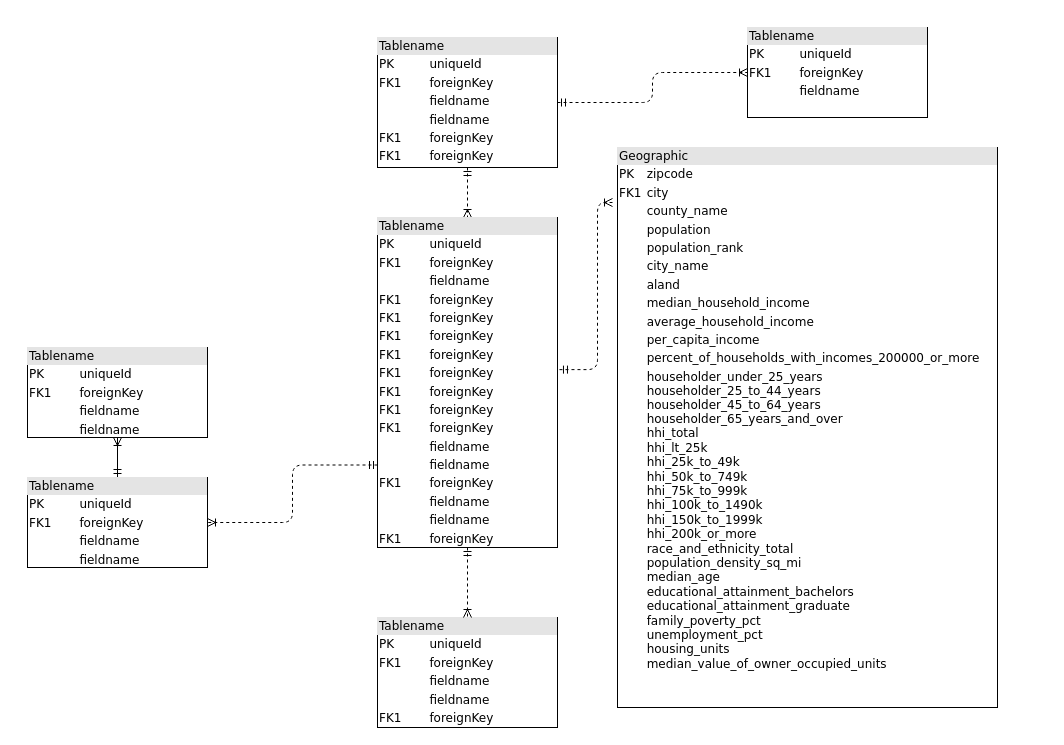
This is DataBase-Diagram.drawio from sakuraszy/STATS-170A-Group, a draw.io file, before an edit. Source tidied: cells renumbered, new cells numbered last; positions are measured from the earlier drawing's top-left corner, leaving out a move shared by most shapes. Both pictures are drawn from the tidied source at 100%, with x=0, y=0 at pixel (27, 27).
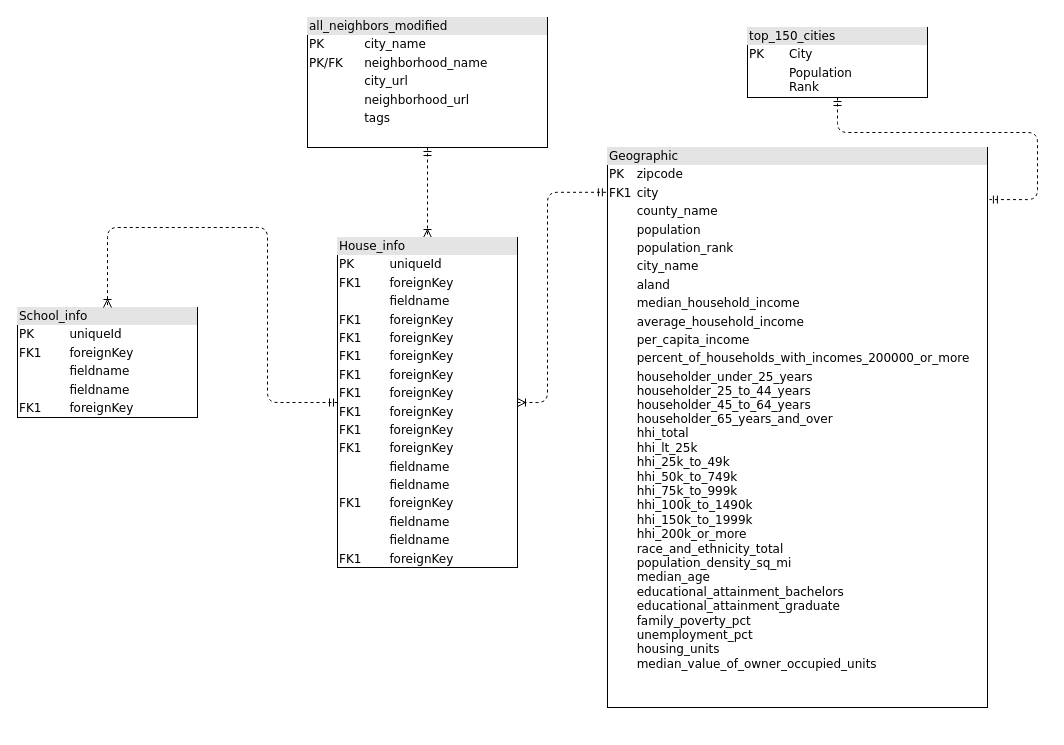
Above is the later version.

The edit, as a diff of the source:
```diff
@@
 <mxGraphModel background="#ffffff">
   <root>
     <mxCell id="0" />
     <mxCell id="1" parent="0" />
     <mxCell id="2" style="edgeStyle=orthogonalEdgeStyle;html=1;entryX=0.5;entryY=0;dashed=1;labelBackgroundColor=none;startArrow=ERmandOne;endArrow=ERoneToMany;fontFamily=Verdana;fontSize=12;align=left;" parent="1" edge="1" source="5" target="12">
       <mxGeometry relative="1" as="geometry" />
     </mxCell>
-    <mxCell id="3" style="edgeStyle=orthogonalEdgeStyle;html=1;dashed=1;labelBackgroundColor=none;startArrow=ERmandOne;endArrow=ERoneToMany;fontFamily=Verdana;fontSize=12;align=left;exitX=1.011;exitY=0.461;exitDx=0;exitDy=0;exitPerimeter=0;" parent="1" edge="1" source="12">
-      <mxGeometry relative="1" as="geometry">
-        <mxPoint x="585" y="175" as="targetPoint" />
-        <Array as="points">
-          <mxPoint x="570" y="342" />
-          <mxPoint x="570" y="175" />
-        </Array>
-      </mxGeometry>
-    </mxCell>
-    <mxCell id="4" style="edgeStyle=orthogonalEdgeStyle;html=1;dashed=1;labelBackgroundColor=none;startArrow=ERmandOne;endArrow=ERoneToMany;fontFamily=Verdana;fontSize=12;align=left;" parent="1" edge="1" source="5" target="14">
-      <mxGeometry relative="1" as="geometry" />
+    <mxCell id="4" style="edgeStyle=orthogonalEdgeStyle;html=1;dashed=1;labelBackgroundColor=none;startArrow=ERmandOne;endArrow=ERmandOne;fontFamily=Verdana;fontSize=12;align=left;startFill=0;endFill=0;entryX=1.005;entryY=0.093;entryDx=0;entryDy=0;entryPerimeter=0;" parent="1" edge="1" source="14" target="13">
+      <mxGeometry relative="1" as="geometry">
+        <Array as="points">
+          <mxPoint x="810" y="105" />
+          <mxPoint x="1010" y="105" />
+          <mxPoint x="1010" y="172" />
+        </Array>
+      </mxGeometry>
     </mxCell>
-    <mxCell id="5" value="&lt;div style=&quot;box-sizing: border-box ; width: 100% ; background: #e4e4e4 ; padding: 2px&quot;&gt;Tablename&lt;/div&gt;&lt;table style=&quot;width: 100% ; font-size: 1em&quot; cellpadding=&quot;2&quot; cellspacing=&quot;0&quot;&gt;&lt;tbody&gt;&lt;tr&gt;&lt;td&gt;PK&lt;/td&gt;&lt;td&gt;uniqueId&lt;/td&gt;&lt;/tr&gt;&lt;tr&gt;&lt;td&gt;FK1&lt;/td&gt;&lt;td&gt;foreignKey&lt;/td&gt;&lt;/tr&gt;&lt;tr&gt;&lt;td&gt;&lt;/td&gt;&lt;td&gt;fieldname&lt;/td&gt;&lt;/tr&gt;&lt;tr&gt;&lt;td&gt;&lt;br&gt;&lt;/td&gt;&lt;td&gt;fieldname&lt;br&gt;&lt;/td&gt;&lt;/tr&gt;&lt;tr&gt;&lt;td&gt;FK1&lt;br&gt;&lt;/td&gt;&lt;td&gt;foreignKey&lt;br&gt;&lt;/td&gt;&lt;/tr&gt;&lt;tr&gt;&lt;td&gt;FK1&lt;br&gt;&lt;/td&gt;&lt;td&gt;foreignKey&lt;br&gt;&lt;/td&gt;&lt;/tr&gt;&lt;/tbody&gt;&lt;/table&gt;" style="verticalAlign=top;align=left;overflow=fill;html=1;rounded=0;shadow=0;comic=0;labelBackgroundColor=none;strokeWidth=1;fontFamily=Verdana;fontSize=12;" parent="1" vertex="1">
-      <mxGeometry x="350" y="10" width="180" height="130" as="geometry" />
+    <mxCell id="5" value="&lt;div style=&quot;box-sizing: border-box ; width: 100% ; background: #e4e4e4 ; padding: 2px&quot;&gt;all_neighbors_modified&lt;/div&gt;&lt;table style=&quot;width: 100% ; font-size: 1em&quot; cellpadding=&quot;2&quot; cellspacing=&quot;0&quot;&gt;&lt;tbody&gt;&lt;tr&gt;&lt;td&gt;PK&lt;/td&gt;&lt;td&gt;city_name&lt;/td&gt;&lt;/tr&gt;&lt;tr&gt;&lt;td&gt;PK/FK&lt;/td&gt;&lt;td&gt;neighborhood_name&lt;/td&gt;&lt;/tr&gt;&lt;tr&gt;&lt;td&gt;&lt;/td&gt;&lt;td&gt;city_url&lt;/td&gt;&lt;/tr&gt;&lt;tr&gt;&lt;td&gt;&lt;br&gt;&lt;/td&gt;&lt;td&gt;neighborhood_url&lt;br&gt;&lt;/td&gt;&lt;/tr&gt;&lt;tr&gt;&lt;td&gt;&lt;br&gt;&lt;/td&gt;&lt;td&gt;tags&lt;br&gt;&lt;/td&gt;&lt;/tr&gt;&lt;tr&gt;&lt;td&gt;&lt;br&gt;&lt;/td&gt;&lt;td&gt;&lt;br&gt;&lt;/td&gt;&lt;/tr&gt;&lt;/tbody&gt;&lt;/table&gt;" style="verticalAlign=top;align=left;overflow=fill;html=1;rounded=0;shadow=0;comic=0;labelBackgroundColor=none;strokeWidth=1;fontFamily=Verdana;fontSize=12;" parent="1" vertex="1">
+      <mxGeometry x="280" y="-10" width="240" height="130" as="geometry" />
     </mxCell>
-    <mxCell id="6" style="edgeStyle=orthogonalEdgeStyle;html=1;labelBackgroundColor=none;startArrow=ERmandOne;endArrow=ERoneToMany;fontFamily=Verdana;fontSize=12;align=left;" parent="1" edge="1" source="8" target="9">
-      <mxGeometry relative="1" as="geometry" />
-    </mxCell>
-    <mxCell id="7" style="edgeStyle=orthogonalEdgeStyle;html=1;exitX=0;exitY=0.75;entryX=1;entryY=0.5;dashed=1;labelBackgroundColor=none;startArrow=ERmandOne;endArrow=ERoneToMany;fontFamily=Verdana;fontSize=12;align=left;" parent="1" edge="1" source="12" target="8">
-      <mxGeometry relative="1" as="geometry" />
-    </mxCell>
-    <mxCell id="8" value="&lt;div style=&quot;box-sizing: border-box ; width: 100% ; background: #e4e4e4 ; padding: 2px&quot;&gt;Tablename&lt;/div&gt;&lt;table style=&quot;width: 100% ; font-size: 1em&quot; cellpadding=&quot;2&quot; cellspacing=&quot;0&quot;&gt;&lt;tbody&gt;&lt;tr&gt;&lt;td&gt;PK&lt;/td&gt;&lt;td&gt;uniqueId&lt;/td&gt;&lt;/tr&gt;&lt;tr&gt;&lt;td&gt;FK1&lt;/td&gt;&lt;td&gt;foreignKey&lt;/td&gt;&lt;/tr&gt;&lt;tr&gt;&lt;td&gt;&lt;/td&gt;&lt;td&gt;fieldname&lt;/td&gt;&lt;/tr&gt;&lt;tr&gt;&lt;td&gt;&lt;br&gt;&lt;/td&gt;&lt;td&gt;fieldname&lt;br&gt;&lt;/td&gt;&lt;/tr&gt;&lt;/tbody&gt;&lt;/table&gt;" style="verticalAlign=top;align=left;overflow=fill;html=1;rounded=0;shadow=0;comic=0;labelBackgroundColor=none;strokeWidth=1;fontFamily=Verdana;fontSize=12;" parent="1" vertex="1">
-      <mxGeometry y="450" width="180" height="90" as="geometry" />
-    </mxCell>
-    <mxCell id="9" value="&lt;div style=&quot;box-sizing: border-box ; width: 100% ; background: #e4e4e4 ; padding: 2px&quot;&gt;Tablename&lt;/div&gt;&lt;table style=&quot;width: 100% ; font-size: 1em&quot; cellpadding=&quot;2&quot; cellspacing=&quot;0&quot;&gt;&lt;tbody&gt;&lt;tr&gt;&lt;td&gt;PK&lt;/td&gt;&lt;td&gt;uniqueId&lt;/td&gt;&lt;/tr&gt;&lt;tr&gt;&lt;td&gt;FK1&lt;/td&gt;&lt;td&gt;foreignKey&lt;/td&gt;&lt;/tr&gt;&lt;tr&gt;&lt;td&gt;&lt;/td&gt;&lt;td&gt;fieldname&lt;/td&gt;&lt;/tr&gt;&lt;tr&gt;&lt;td&gt;&lt;br&gt;&lt;/td&gt;&lt;td&gt;fieldname&lt;br&gt;&lt;/td&gt;&lt;/tr&gt;&lt;/tbody&gt;&lt;/table&gt;" style="verticalAlign=top;align=left;overflow=fill;html=1;rounded=0;shadow=0;comic=0;labelBackgroundColor=none;strokeWidth=1;fontFamily=Verdana;fontSize=12;" parent="1" vertex="1">
-      <mxGeometry y="320" width="180" height="90" as="geometry" />
-    </mxCell>
-    <mxCell id="10" value="&lt;div style=&quot;box-sizing: border-box ; width: 100% ; background: #e4e4e4 ; padding: 2px&quot;&gt;Tablename&lt;/div&gt;&lt;table style=&quot;width: 100% ; font-size: 1em&quot; cellpadding=&quot;2&quot; cellspacing=&quot;0&quot;&gt;&lt;tbody&gt;&lt;tr&gt;&lt;td&gt;PK&lt;/td&gt;&lt;td&gt;uniqueId&lt;/td&gt;&lt;/tr&gt;&lt;tr&gt;&lt;td&gt;FK1&lt;/td&gt;&lt;td&gt;foreignKey&lt;/td&gt;&lt;/tr&gt;&lt;tr&gt;&lt;td&gt;&lt;/td&gt;&lt;td&gt;fieldname&lt;/td&gt;&lt;/tr&gt;&lt;tr&gt;&lt;td&gt;&lt;br&gt;&lt;/td&gt;&lt;td&gt;fieldname&lt;br&gt;&lt;/td&gt;&lt;/tr&gt;&lt;tr&gt;&lt;td&gt;FK1&lt;br&gt;&lt;/td&gt;&lt;td&gt;foreignKey&lt;br&gt;&lt;/td&gt;&lt;/tr&gt;&lt;/tbody&gt;&lt;/table&gt;" style="verticalAlign=top;align=left;overflow=fill;html=1;rounded=0;shadow=0;comic=0;labelBackgroundColor=none;strokeWidth=1;fontFamily=Verdana;fontSize=12;" parent="1" vertex="1">
-      <mxGeometry x="350" y="590" width="180" height="110" as="geometry" />
+    <mxCell id="10" value="&lt;div style=&quot;box-sizing: border-box ; width: 100% ; background: #e4e4e4 ; padding: 2px&quot;&gt;School_info&lt;/div&gt;&lt;table style=&quot;width: 100% ; font-size: 1em&quot; cellpadding=&quot;2&quot; cellspacing=&quot;0&quot;&gt;&lt;tbody&gt;&lt;tr&gt;&lt;td&gt;PK&lt;/td&gt;&lt;td&gt;uniqueId&lt;/td&gt;&lt;/tr&gt;&lt;tr&gt;&lt;td&gt;FK1&lt;/td&gt;&lt;td&gt;foreignKey&lt;/td&gt;&lt;/tr&gt;&lt;tr&gt;&lt;td&gt;&lt;/td&gt;&lt;td&gt;fieldname&lt;/td&gt;&lt;/tr&gt;&lt;tr&gt;&lt;td&gt;&lt;br&gt;&lt;/td&gt;&lt;td&gt;fieldname&lt;br&gt;&lt;/td&gt;&lt;/tr&gt;&lt;tr&gt;&lt;td&gt;FK1&lt;br&gt;&lt;/td&gt;&lt;td&gt;foreignKey&lt;br&gt;&lt;/td&gt;&lt;/tr&gt;&lt;/tbody&gt;&lt;/table&gt;" style="verticalAlign=top;align=left;overflow=fill;html=1;rounded=0;shadow=0;comic=0;labelBackgroundColor=none;strokeWidth=1;fontFamily=Verdana;fontSize=12;" parent="1" vertex="1">
+      <mxGeometry x="-10" y="280" width="180" height="110" as="geometry" />
     </mxCell>
     <mxCell id="11" style="edgeStyle=orthogonalEdgeStyle;html=1;entryX=0.5;entryY=0;labelBackgroundColor=none;startArrow=ERmandOne;endArrow=ERoneToMany;fontFamily=Verdana;fontSize=12;align=left;dashed=1;" parent="1" edge="1" source="12" target="10">
       <mxGeometry relative="1" as="geometry" />
     </mxCell>
+    <mxCell id="15" style="edgeStyle=orthogonalEdgeStyle;jettySize=auto;html=1;startArrow=ERoneToMany;startFill=0;endArrow=ERmandOne;endFill=0;rounded=1;dashed=1;entryX=-0.003;entryY=0.08;entryDx=0;entryDy=0;entryPerimeter=0;" parent="1" edge="1" source="12" target="13">
+      <mxGeometry relative="1" as="geometry">
+        <Array as="points">
+          <mxPoint x="520" y="375" />
+          <mxPoint x="520" y="165" />
+        </Array>
+      </mxGeometry>
+    </mxCell>
-    <mxCell id="12" value="&lt;div style=&quot;box-sizing: border-box ; width: 100% ; background: #e4e4e4 ; padding: 2px&quot;&gt;Tablename&lt;/div&gt;&lt;table style=&quot;width: 100% ; font-size: 1em&quot; cellpadding=&quot;2&quot; cellspacing=&quot;0&quot;&gt;&lt;tbody&gt;&lt;tr&gt;&lt;td&gt;PK&lt;/td&gt;&lt;td&gt;uniqueId&lt;/td&gt;&lt;/tr&gt;&lt;tr&gt;&lt;td&gt;FK1&lt;/td&gt;&lt;td&gt;foreignKey&lt;/td&gt;&lt;/tr&gt;&lt;tr&gt;&lt;td&gt;&lt;/td&gt;&lt;td&gt;fieldname&lt;/td&gt;&lt;/tr&gt;&lt;tr&gt;&lt;td&gt;FK1&lt;br&gt;&lt;/td&gt;&lt;td&gt;foreignKey&lt;br&gt;&lt;/td&gt;&lt;/tr&gt;&lt;tr&gt;&lt;td&gt;FK1&lt;br&gt;&lt;/td&gt;&lt;td&gt;foreignKey&lt;br&gt;&lt;/td&gt;&lt;/tr&gt;&lt;tr&gt;&lt;td&gt;FK1&lt;br&gt;&lt;/td&gt;&lt;td&gt;foreignKey&lt;br&gt;&lt;/td&gt;&lt;/tr&gt;&lt;tr&gt;&lt;td&gt;FK1&lt;br&gt;&lt;/td&gt;&lt;td&gt;foreignKey&lt;br&gt;&lt;/td&gt;&lt;/tr&gt;&lt;tr&gt;&lt;td&gt;FK1&lt;br&gt;&lt;/td&gt;&lt;td&gt;foreignKey&lt;br&gt;&lt;/td&gt;&lt;/tr&gt;&lt;tr&gt;&lt;td&gt;FK1&lt;br&gt;&lt;/td&gt;&lt;td&gt;foreignKey&lt;br&gt;&lt;/td&gt;&lt;/tr&gt;&lt;tr&gt;&lt;td&gt;FK1&lt;br&gt;&lt;/td&gt;&lt;td&gt;foreignKey&lt;br&gt;&lt;/td&gt;&lt;/tr&gt;&lt;tr&gt;&lt;td&gt;FK1&lt;br&gt;&lt;/td&gt;&lt;td&gt;foreignKey&lt;br&gt;&lt;/td&gt;&lt;/tr&gt;&lt;tr&gt;&lt;td&gt;&lt;br&gt;&lt;/td&gt;&lt;td&gt;fieldname&lt;br&gt;&lt;/td&gt;&lt;/tr&gt;&lt;tr&gt;&lt;td&gt;&lt;br&gt;&lt;/td&gt;&lt;td&gt;fieldname&lt;br&gt;&lt;/td&gt;&lt;/tr&gt;&lt;tr&gt;&lt;td&gt;FK1&lt;br&gt;&lt;/td&gt;&lt;td&gt;foreignKey&lt;br&gt;&lt;/td&gt;&lt;/tr&gt;&lt;tr&gt;&lt;td&gt;&lt;br&gt;&lt;/td&gt;&lt;td&gt;fieldname&lt;br&gt;&lt;/td&gt;&lt;/tr&gt;&lt;tr&gt;&lt;td&gt;&lt;br&gt;&lt;/td&gt;&lt;td&gt;fieldname&lt;br&gt;&lt;/td&gt;&lt;/tr&gt;&lt;tr&gt;&lt;td&gt;FK1&lt;br&gt;&lt;/td&gt;&lt;td&gt;foreignKey&lt;br&gt;&lt;/td&gt;&lt;/tr&gt;&lt;/tbody&gt;&lt;/table&gt;" style="verticalAlign=top;align=left;overflow=fill;html=1;rounded=0;shadow=0;comic=0;labelBackgroundColor=none;strokeWidth=1;fontFamily=Verdana;fontSize=12;" parent="1" vertex="1">
-      <mxGeometry x="350" y="190" width="180" height="330" as="geometry" />
+    <mxCell id="12" value="&lt;div style=&quot;box-sizing: border-box ; width: 100% ; background: #e4e4e4 ; padding: 2px&quot;&gt;House_info&lt;/div&gt;&lt;table style=&quot;width: 100% ; font-size: 1em&quot; cellpadding=&quot;2&quot; cellspacing=&quot;0&quot;&gt;&lt;tbody&gt;&lt;tr&gt;&lt;td&gt;PK&lt;/td&gt;&lt;td&gt;uniqueId&lt;/td&gt;&lt;/tr&gt;&lt;tr&gt;&lt;td&gt;FK1&lt;/td&gt;&lt;td&gt;foreignKey&lt;/td&gt;&lt;/tr&gt;&lt;tr&gt;&lt;td&gt;&lt;/td&gt;&lt;td&gt;fieldname&lt;/td&gt;&lt;/tr&gt;&lt;tr&gt;&lt;td&gt;FK1&lt;br&gt;&lt;/td&gt;&lt;td&gt;foreignKey&lt;br&gt;&lt;/td&gt;&lt;/tr&gt;&lt;tr&gt;&lt;td&gt;FK1&lt;br&gt;&lt;/td&gt;&lt;td&gt;foreignKey&lt;br&gt;&lt;/td&gt;&lt;/tr&gt;&lt;tr&gt;&lt;td&gt;FK1&lt;br&gt;&lt;/td&gt;&lt;td&gt;foreignKey&lt;br&gt;&lt;/td&gt;&lt;/tr&gt;&lt;tr&gt;&lt;td&gt;FK1&lt;br&gt;&lt;/td&gt;&lt;td&gt;foreignKey&lt;br&gt;&lt;/td&gt;&lt;/tr&gt;&lt;tr&gt;&lt;td&gt;FK1&lt;br&gt;&lt;/td&gt;&lt;td&gt;foreignKey&lt;br&gt;&lt;/td&gt;&lt;/tr&gt;&lt;tr&gt;&lt;td&gt;FK1&lt;br&gt;&lt;/td&gt;&lt;td&gt;foreignKey&lt;br&gt;&lt;/td&gt;&lt;/tr&gt;&lt;tr&gt;&lt;td&gt;FK1&lt;br&gt;&lt;/td&gt;&lt;td&gt;foreignKey&lt;br&gt;&lt;/td&gt;&lt;/tr&gt;&lt;tr&gt;&lt;td&gt;FK1&lt;br&gt;&lt;/td&gt;&lt;td&gt;foreignKey&lt;br&gt;&lt;/td&gt;&lt;/tr&gt;&lt;tr&gt;&lt;td&gt;&lt;br&gt;&lt;/td&gt;&lt;td&gt;fieldname&lt;br&gt;&lt;/td&gt;&lt;/tr&gt;&lt;tr&gt;&lt;td&gt;&lt;br&gt;&lt;/td&gt;&lt;td&gt;fieldname&lt;br&gt;&lt;/td&gt;&lt;/tr&gt;&lt;tr&gt;&lt;td&gt;FK1&lt;br&gt;&lt;/td&gt;&lt;td&gt;foreignKey&lt;br&gt;&lt;/td&gt;&lt;/tr&gt;&lt;tr&gt;&lt;td&gt;&lt;br&gt;&lt;/td&gt;&lt;td&gt;fieldname&lt;br&gt;&lt;/td&gt;&lt;/tr&gt;&lt;tr&gt;&lt;td&gt;&lt;br&gt;&lt;/td&gt;&lt;td&gt;fieldname&lt;br&gt;&lt;/td&gt;&lt;/tr&gt;&lt;tr&gt;&lt;td&gt;FK1&lt;br&gt;&lt;/td&gt;&lt;td&gt;foreignKey&lt;br&gt;&lt;/td&gt;&lt;/tr&gt;&lt;/tbody&gt;&lt;/table&gt;" style="verticalAlign=top;align=left;overflow=fill;html=1;rounded=0;shadow=0;comic=0;labelBackgroundColor=none;strokeWidth=1;fontFamily=Verdana;fontSize=12;" parent="1" vertex="1">
+      <mxGeometry x="310" y="210" width="180" height="330" as="geometry" />
     </mxCell>
     <mxCell id="13" value="&lt;div style=&quot;box-sizing: border-box ; width: 100% ; background: #e4e4e4 ; padding: 2px&quot;&gt;Geographic&lt;/div&gt;&lt;table style=&quot;width: 100%&quot; cellpadding=&quot;2&quot; cellspacing=&quot;0&quot;&gt;&lt;tbody&gt;&lt;tr&gt;&lt;td&gt;PK&lt;/td&gt;&lt;td&gt;zipcode&lt;/td&gt;&lt;/tr&gt;&lt;tr&gt;&lt;td&gt;FK1&lt;/td&gt;&lt;td&gt;city&lt;/td&gt;&lt;/tr&gt;&lt;tr&gt;&lt;td&gt;&lt;/td&gt;&lt;td&gt;county_name&lt;br&gt;&lt;/td&gt;&lt;/tr&gt;&lt;tr&gt;&lt;td&gt;&lt;br&gt;&lt;/td&gt;&lt;td&gt;population&lt;/td&gt;&lt;/tr&gt;&lt;tr&gt;&lt;td&gt;&lt;br&gt;&lt;/td&gt;&lt;td&gt;population_rank&lt;br&gt;&lt;/td&gt;&lt;/tr&gt;&lt;tr&gt;&lt;td&gt;&lt;br&gt;&lt;/td&gt;&lt;td&gt;city_name&lt;/td&gt;&lt;/tr&gt;&lt;tr&gt;&lt;td&gt;&lt;br&gt;&lt;/td&gt;&lt;td&gt;aland&lt;/td&gt;&lt;/tr&gt;&lt;tr&gt;&lt;td&gt;&lt;br&gt;&lt;/td&gt;&lt;td&gt;&lt;p style=&quot;margin: 0px ; font-stretch: normal ; line-height: normal&quot;&gt;&lt;font style=&quot;font-size: 12px&quot;&gt;median_household_income&lt;/font&gt;&lt;/p&gt;&lt;/td&gt;&lt;/tr&gt;&lt;tr&gt;&lt;td&gt;&lt;br&gt;&lt;/td&gt;&lt;td&gt;&lt;p style=&quot;margin: 0px ; font-stretch: normal ; line-height: normal&quot;&gt;&lt;font style=&quot;font-size: 12px&quot;&gt;average_household_income&lt;/font&gt;&lt;/p&gt;&lt;/td&gt;&lt;/tr&gt;&lt;tr&gt;&lt;td&gt;&lt;br&gt;&lt;/td&gt;&lt;td&gt;&lt;p style=&quot;margin: 0px&quot;&gt;&lt;font color=&quot;#000000&quot; style=&quot;font-stretch: normal ; line-height: normal ; font-size: 12px&quot;&gt;per_capita_income&lt;/font&gt;&lt;/p&gt;&lt;/td&gt;&lt;/tr&gt;&lt;tr&gt;&lt;td&gt;&lt;font style=&quot;font-size: 12px&quot;&gt;&lt;br&gt;&lt;/font&gt;&lt;/td&gt;&lt;td&gt;&lt;p style=&quot;margin: 0px&quot;&gt;&lt;font color=&quot;#000000&quot; style=&quot;font-stretch: normal ; line-height: normal ; font-size: 12px&quot;&gt;percent_of_households_with_incomes_200000_or_more&lt;/font&gt;&lt;/p&gt;&lt;/td&gt;&lt;/tr&gt;&lt;tr&gt;&lt;td&gt;&lt;font style=&quot;font-size: 12px&quot;&gt;&lt;br&gt;&lt;/font&gt;&lt;/td&gt;&lt;td&gt;&lt;p style=&quot;margin: 0px ; font-stretch: normal ; line-height: normal&quot;&gt;&lt;font style=&quot;font-size: 12px&quot;&gt;householder_under_25_years&lt;/font&gt;&lt;/p&gt;&lt;p style=&quot;margin: 0px ; font-stretch: normal ; line-height: normal&quot;&gt;&lt;font style=&quot;font-size: 12px&quot;&gt;householder_25_to_44_years&lt;/font&gt;&lt;/p&gt;&lt;p style=&quot;margin: 0px&quot;&gt;&lt;font color=&quot;#000000&quot; style=&quot;font-stretch: normal ; line-height: normal ; font-size: 12px&quot;&gt;householder_45_to_64_years&lt;/font&gt;&lt;/p&gt;&lt;p style=&quot;margin: 0px&quot;&gt;&lt;font color=&quot;#000000&quot; style=&quot;font-stretch: normal ; line-height: normal ; font-size: 12px&quot;&gt;&lt;/font&gt;&lt;/p&gt;&lt;p style=&quot;margin: 0px&quot;&gt;&lt;font color=&quot;#000000&quot; style=&quot;font-stretch: normal ; line-height: normal ; font-size: 12px&quot;&gt;householder_65_years_and_over&lt;/font&gt;&lt;/p&gt;&lt;p style=&quot;margin: 0px&quot;&gt;&lt;font color=&quot;#000000&quot; style=&quot;font-stretch: normal ; line-height: normal ; font-size: 12px&quot;&gt;&lt;/font&gt;&lt;/p&gt;&lt;p style=&quot;margin: 0px&quot;&gt;&lt;font color=&quot;#000000&quot; style=&quot;font-stretch: normal ; line-height: normal ; font-size: 12px&quot;&gt;hhi_total&lt;/font&gt;&lt;/p&gt;&lt;p style=&quot;margin: 0px&quot;&gt;&lt;font color=&quot;#000000&quot; style=&quot;font-stretch: normal ; line-height: normal ; font-size: 12px&quot;&gt;&lt;/font&gt;&lt;/p&gt;&lt;p style=&quot;margin: 0px&quot;&gt;&lt;font color=&quot;#000000&quot; style=&quot;font-stretch: normal ; line-height: normal ; font-size: 12px&quot;&gt;hhi_lt_25k&lt;/font&gt;&lt;/p&gt;&lt;p style=&quot;margin: 0px&quot;&gt;&lt;font color=&quot;#000000&quot; style=&quot;font-stretch: normal ; line-height: normal ; font-size: 12px&quot;&gt;&lt;/font&gt;&lt;/p&gt;&lt;p style=&quot;margin: 0px&quot;&gt;&lt;font color=&quot;#000000&quot; style=&quot;font-stretch: normal ; line-height: normal ; font-size: 12px&quot;&gt;hhi_25k_to_49k&lt;/font&gt;&lt;/p&gt;&lt;p style=&quot;margin: 0px&quot;&gt;&lt;font color=&quot;#000000&quot; style=&quot;font-stretch: normal ; line-height: normal ; font-size: 12px&quot;&gt;&lt;/font&gt;&lt;/p&gt;&lt;p style=&quot;margin: 0px&quot;&gt;&lt;font color=&quot;#000000&quot; style=&quot;font-stretch: normal ; line-height: normal ; font-size: 12px&quot;&gt;hhi_50k_to_749k&lt;/font&gt;&lt;/p&gt;&lt;p style=&quot;margin: 0px&quot;&gt;&lt;font color=&quot;#000000&quot; style=&quot;font-stretch: normal ; line-height: normal ; font-size: 12px&quot;&gt;&lt;/font&gt;&lt;/p&gt;&lt;p style=&quot;margin: 0px&quot;&gt;&lt;font color=&quot;#000000&quot; style=&quot;font-stretch: normal ; line-height: normal ; font-size: 12px&quot;&gt;hhi_75k_to_999k&lt;/font&gt;&lt;/p&gt;&lt;p style=&quot;margin: 0px&quot;&gt;&lt;font color=&quot;#000000&quot; style=&quot;font-stretch: normal ; line-height: normal ; font-size: 12px&quot;&gt;&lt;/font&gt;&lt;/p&gt;&lt;p style=&quot;margin: 0px&quot;&gt;&lt;font color=&quot;#000000&quot; style=&quot;font-stretch: normal ; line-height: normal ; font-size: 12px&quot;&gt;hhi_100k_to_1490k&lt;/font&gt;&lt;/p&gt;&lt;p style=&quot;margin: 0px&quot;&gt;&lt;font color=&quot;#000000&quot; style=&quot;font-stretch: normal ; line-height: normal ; font-size: 12px&quot;&gt;&lt;/font&gt;&lt;/p&gt;&lt;p style=&quot;margin: 0px&quot;&gt;&lt;font color=&quot;#000000&quot; style=&quot;font-stretch: normal ; line-height: normal ; font-size: 12px&quot;&gt;hhi_150k_to_1999k&lt;/font&gt;&lt;/p&gt;&lt;p style=&quot;margin: 0px&quot;&gt;&lt;font color=&quot;#000000&quot; style=&quot;font-stretch: normal ; line-height: normal ; font-size: 12px&quot;&gt;&lt;/font&gt;&lt;/p&gt;&lt;p style=&quot;margin: 0px&quot;&gt;&lt;font color=&quot;#000000&quot; style=&quot;font-stretch: normal ; line-height: normal ; font-size: 12px&quot;&gt;hhi_200k_or_more&lt;/font&gt;&lt;/p&gt;&lt;p style=&quot;margin: 0px&quot;&gt;&lt;font color=&quot;#000000&quot; style=&quot;font-stretch: normal ; line-height: normal ; font-size: 12px&quot;&gt;&lt;/font&gt;&lt;/p&gt;&lt;p style=&quot;margin: 0px&quot;&gt;&lt;font color=&quot;#000000&quot; style=&quot;font-stretch: normal ; line-height: normal ; font-size: 12px&quot;&gt;race_and_ethnicity_total&lt;/font&gt;&lt;/p&gt;&lt;p style=&quot;margin: 0px&quot;&gt;&lt;font color=&quot;#000000&quot; style=&quot;font-stretch: normal ; line-height: normal ; font-size: 12px&quot;&gt;&lt;/font&gt;&lt;/p&gt;&lt;p style=&quot;margin: 0px&quot;&gt;&lt;font color=&quot;#000000&quot; style=&quot;font-stretch: normal ; line-height: normal ; font-size: 12px&quot;&gt;population_density_sq_mi&lt;/font&gt;&lt;/p&gt;&lt;p style=&quot;margin: 0px&quot;&gt;&lt;font color=&quot;#000000&quot; style=&quot;font-stretch: normal ; line-height: normal ; font-size: 12px&quot;&gt;&lt;/font&gt;&lt;/p&gt;&lt;p style=&quot;margin: 0px&quot;&gt;&lt;font color=&quot;#000000&quot; style=&quot;font-stretch: normal ; line-height: normal ; font-size: 12px&quot;&gt;median_age&lt;/font&gt;&lt;/p&gt;&lt;p style=&quot;margin: 0px&quot;&gt;&lt;font color=&quot;#000000&quot; style=&quot;font-stretch: normal ; line-height: normal ; font-size: 12px&quot;&gt;&lt;/font&gt;&lt;/p&gt;&lt;p style=&quot;margin: 0px&quot;&gt;&lt;font color=&quot;#000000&quot; style=&quot;font-stretch: normal ; line-height: normal ; font-size: 12px&quot;&gt;educational_attainment_bachelors&lt;/font&gt;&lt;/p&gt;&lt;p style=&quot;margin: 0px&quot;&gt;&lt;font color=&quot;#000000&quot; style=&quot;font-stretch: normal ; line-height: normal ; font-size: 12px&quot;&gt;&lt;/font&gt;&lt;/p&gt;&lt;p style=&quot;margin: 0px&quot;&gt;&lt;font color=&quot;#000000&quot; style=&quot;font-stretch: normal ; line-height: normal ; font-size: 12px&quot;&gt;educational_attainment_graduate&lt;/font&gt;&lt;/p&gt;&lt;p style=&quot;margin: 0px&quot;&gt;&lt;font color=&quot;#000000&quot; style=&quot;font-stretch: normal ; line-height: normal ; font-size: 12px&quot;&gt;&lt;/font&gt;&lt;/p&gt;&lt;p style=&quot;margin: 0px&quot;&gt;&lt;font color=&quot;#000000&quot; style=&quot;font-stretch: normal ; line-height: normal ; font-size: 12px&quot;&gt;family_poverty_pct&lt;/font&gt;&lt;/p&gt;&lt;p style=&quot;margin: 0px&quot;&gt;&lt;font color=&quot;#000000&quot; style=&quot;font-stretch: normal ; line-height: normal ; font-size: 12px&quot;&gt;&lt;/font&gt;&lt;/p&gt;&lt;p style=&quot;margin: 0px&quot;&gt;&lt;font color=&quot;#000000&quot; style=&quot;font-stretch: normal ; line-height: normal ; font-size: 12px&quot;&gt;unemployment_pct&lt;/font&gt;&lt;/p&gt;&lt;p style=&quot;margin: 0px&quot;&gt;&lt;font color=&quot;#000000&quot; style=&quot;font-stretch: normal ; line-height: normal ; font-size: 12px&quot;&gt;&lt;/font&gt;&lt;/p&gt;&lt;p style=&quot;margin: 0px&quot;&gt;&lt;font color=&quot;#000000&quot; style=&quot;font-stretch: normal ; line-height: normal ; font-size: 12px&quot;&gt;housing_units&lt;/font&gt;&lt;/p&gt;&lt;p style=&quot;margin: 0px&quot;&gt;&lt;font color=&quot;#000000&quot; style=&quot;font-stretch: normal ; line-height: normal ; font-size: 12px&quot;&gt;&lt;/font&gt;&lt;/p&gt;&lt;p style=&quot;margin: 0px&quot;&gt;&lt;font color=&quot;#000000&quot; style=&quot;font-stretch: normal ; line-height: normal ; font-size: 12px&quot;&gt;median_value_of_owner_occupied_units&lt;/font&gt;&lt;/p&gt;&lt;/td&gt;&lt;/tr&gt;&lt;/tbody&gt;&lt;/table&gt;" style="verticalAlign=top;align=left;overflow=fill;html=1;rounded=0;shadow=0;comic=0;labelBackgroundColor=none;strokeWidth=1;fontFamily=Verdana;fontSize=12;" parent="1" vertex="1">
-      <mxGeometry x="590" y="120" width="380" height="560" as="geometry" />
+      <mxGeometry x="580" y="120" width="380" height="560" as="geometry" />
     </mxCell>
-    <mxCell id="14" value="&lt;div style=&quot;box-sizing:border-box;width:100%;background:#e4e4e4;padding:2px;&quot;&gt;Tablename&lt;/div&gt;&lt;table style=&quot;width:100%;font-size:1em;&quot; cellpadding=&quot;2&quot; cellspacing=&quot;0&quot;&gt;&lt;tr&gt;&lt;td&gt;PK&lt;/td&gt;&lt;td&gt;uniqueId&lt;/td&gt;&lt;/tr&gt;&lt;tr&gt;&lt;td&gt;FK1&lt;/td&gt;&lt;td&gt;foreignKey&lt;/td&gt;&lt;/tr&gt;&lt;tr&gt;&lt;td&gt;&lt;/td&gt;&lt;td&gt;fieldname&lt;/td&gt;&lt;/tr&gt;&lt;/table&gt;" style="verticalAlign=top;align=left;overflow=fill;html=1;rounded=0;shadow=0;comic=0;labelBackgroundColor=none;strokeWidth=1;fontFamily=Verdana;fontSize=12;" parent="1" vertex="1">
-      <mxGeometry x="720" width="180" height="90" as="geometry" />
+    <mxCell id="14" value="&lt;div style=&quot;box-sizing: border-box ; width: 100% ; background: #e4e4e4 ; padding: 2px&quot;&gt;top_150_cities&lt;/div&gt;&lt;table style=&quot;width: 100% ; font-size: 1em&quot; cellpadding=&quot;2&quot; cellspacing=&quot;0&quot;&gt;&lt;tbody&gt;&lt;tr&gt;&lt;td&gt;PK&lt;/td&gt;&lt;td&gt;City&lt;br&gt;&lt;/td&gt;&lt;/tr&gt;&lt;tr&gt;&lt;td&gt;&lt;br&gt;&lt;/td&gt;&lt;td&gt;Population&lt;br&gt;Rank&lt;/td&gt;&lt;/tr&gt;&lt;/tbody&gt;&lt;/table&gt;" style="verticalAlign=top;align=left;overflow=fill;html=1;rounded=0;shadow=0;comic=0;labelBackgroundColor=none;strokeWidth=1;fontFamily=Verdana;fontSize=12;" parent="1" vertex="1">
+      <mxGeometry x="720" width="180" height="70" as="geometry" />
     </mxCell>
   </root>
 </mxGraphModel>
```
